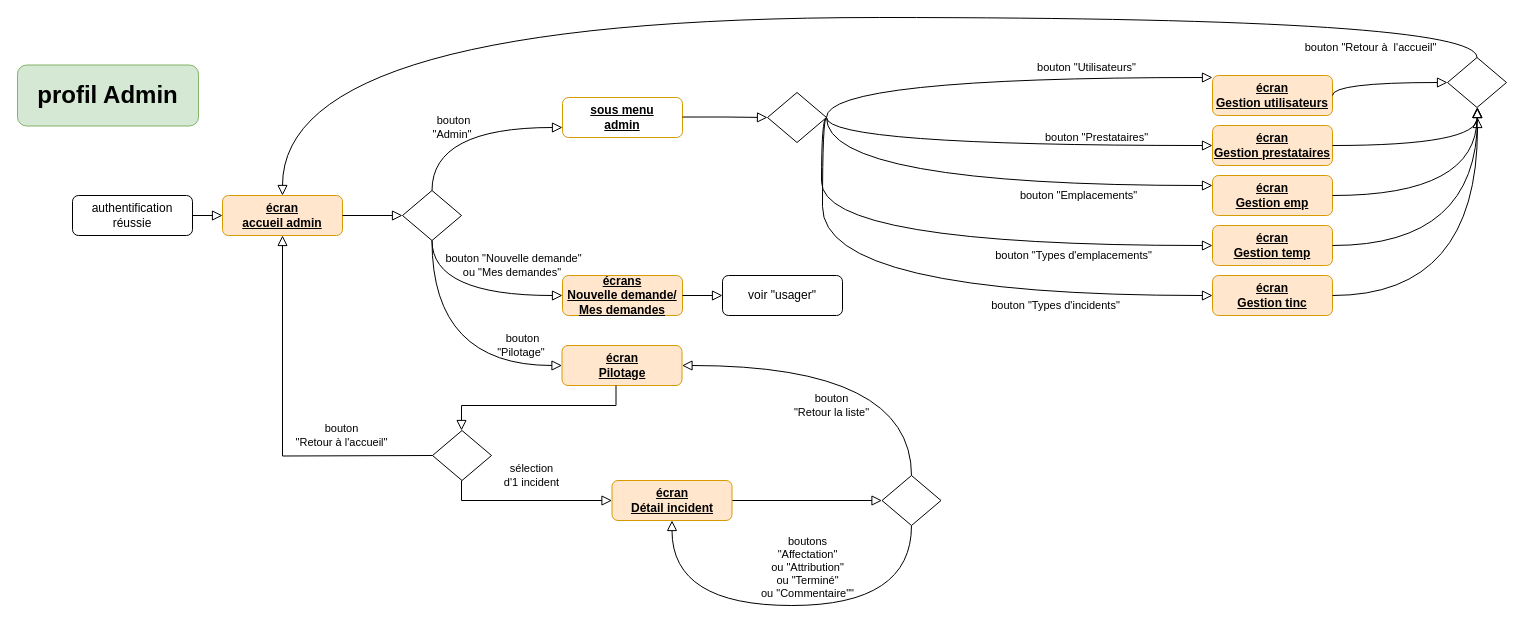
The draw.io diagram doc/cinématique/admin.drawio in mapette/sos_immo_backend, before the edit. Source tidied: cells renumbered, new cells numbered last; positions are measured from the earlier drawing's top-left corner, leaving out a move shared by most shapes. Both pictures are drawn from the tidied source at 100%, with x=0, y=0 at pixel (17, 17).
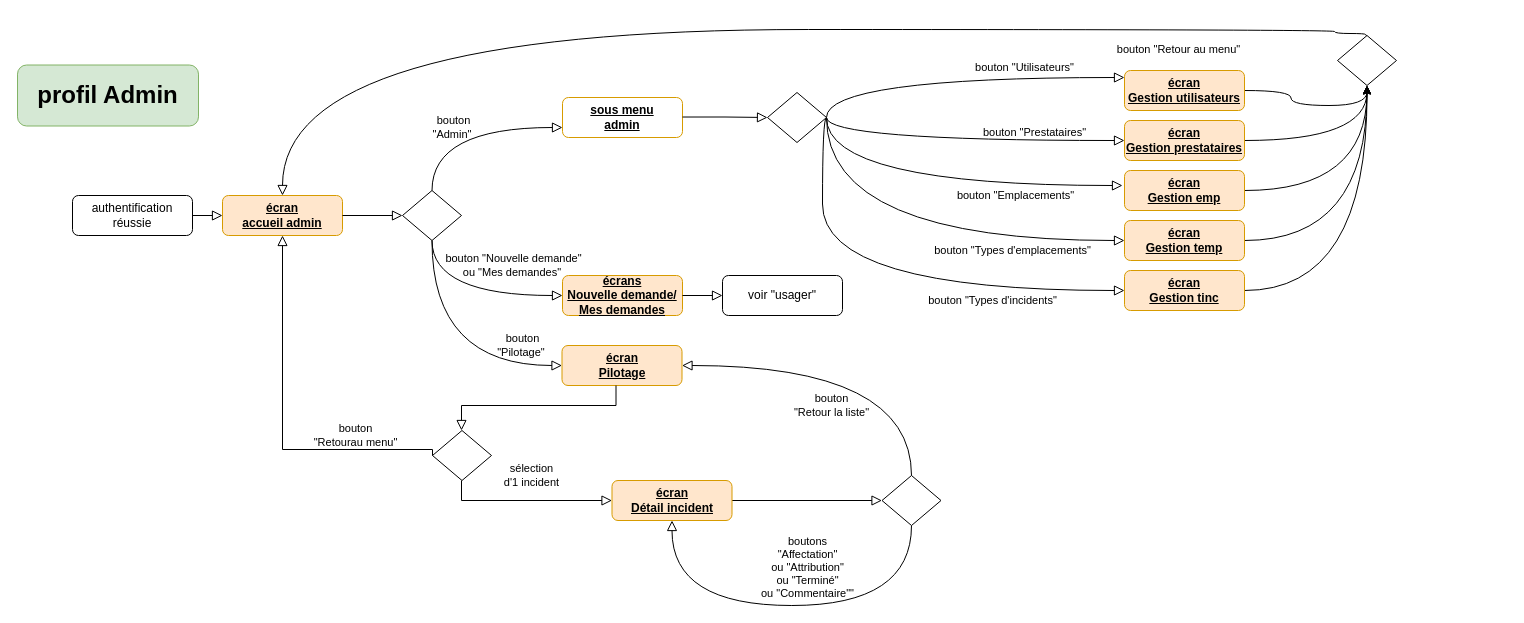
Above is the later version.

The change refers to these unchanged cells:
```xml
<mxCell id="14" value="&lt;b&gt;&lt;u&gt;écran&lt;br&gt;accueil admin&lt;/u&gt;&lt;/b&gt;" style="rounded=1;whiteSpace=wrap;html=1;fontSize=12;glass=0;strokeWidth=1;shadow=0;fillColor=#ffe6cc;strokeColor=#d79b00;" parent="1" vertex="1">
  <mxGeometry x="205" y="178" width="120" height="40" as="geometry" />
</mxCell>
<mxCell id="35" style="rhombus;whiteSpace=wrap;html=1;shadow=0;fontFamily=Helvetica;fontSize=12;align=center;strokeWidth=1;spacing=6;spacingTop=-4;" parent="1" vertex="1">
  <mxGeometry x="750" y="75" width="59" height="50" as="geometry" />
</mxCell>
```

Diff of the diagram source:
```diff
@@
+    <mxCell id="37" style="edgeStyle=orthogonalEdgeStyle;curved=1;rounded=0;jettySize=auto;html=1;entryX=0.5;entryY=1;entryDx=0;entryDy=0;" parent="1" edge="1" source="2" target="36">
+      <mxGeometry relative="1" as="geometry" />
+    </mxCell>
     <mxCell id="2" value="&lt;b&gt;&lt;u&gt;écran&lt;br&gt;Gestion utilisateurs&lt;br&gt;&lt;/u&gt;&lt;/b&gt;" style="rounded=1;whiteSpace=wrap;html=1;fontSize=12;glass=0;strokeWidth=1;shadow=0;fillColor=#ffe6cc;strokeColor=#d79b00;" parent="1" vertex="1">
-      <mxGeometry x="1195" y="58" width="120" height="40" as="geometry" />
+      <mxGeometry x="1107" y="53" width="120" height="40" as="geometry" />
     </mxCell>
@@
+    <mxCell id="44" style="edgeStyle=orthogonalEdgeStyle;curved=1;rounded=0;jettySize=auto;html=1;entryX=0.5;entryY=1;entryDx=0;entryDy=0;" parent="1" edge="1" source="6" target="36">
+      <mxGeometry relative="1" as="geometry" />
+    </mxCell>
     <mxCell id="6" value="&lt;b&gt;&lt;u&gt;écran&lt;br&gt;Gestion prestataires&lt;br&gt;&lt;/u&gt;&lt;/b&gt;" style="rounded=1;whiteSpace=wrap;html=1;fontSize=12;glass=0;strokeWidth=1;shadow=0;fillColor=#ffe6cc;strokeColor=#d79b00;" parent="1" vertex="1">
-      <mxGeometry x="1195" y="108" width="120" height="40" as="geometry" />
+      <mxGeometry x="1107" y="103" width="120" height="40" as="geometry" />
     </mxCell>
-    <mxCell id="7" value="bouton &quot;Prestataires&quot;" style="rounded=0;html=1;jettySize=auto;fontSize=11;endArrow=block;endFill=0;endSize=8;strokeWidth=1;shadow=0;labelBackgroundColor=none;edgeStyle=orthogonalEdgeStyle;exitX=1;exitY=0.5;exitDx=0;exitDy=0;entryX=0;entryY=0.5;entryDx=0;entryDy=0;curved=1;" parent="1" edge="1" source="35" target="6">
+    <mxCell id="7" value="bouton &quot;Prestataires&quot;" style="rounded=0;html=1;jettySize=auto;fontSize=11;endArrow=block;endFill=0;endSize=8;strokeWidth=1;shadow=0;labelBackgroundColor=none;edgeStyle=orthogonalEdgeStyle;exitX=1;exitY=0.5;exitDx=0;exitDy=0;curved=1;entryX=0;entryY=0.5;entryDx=0;entryDy=0;" parent="1" edge="1" source="35" target="6">
       <mxGeometry x="0.44" y="8" relative="1" as="geometry">
         <Array as="points">
-          <mxPoint x="809" y="128" />
+          <mxPoint x="809" y="123" />
         </Array>
       </mxGeometry>
     </mxCell>
+    <mxCell id="40" style="edgeStyle=orthogonalEdgeStyle;curved=1;rounded=0;jettySize=auto;html=1;entryX=0.5;entryY=1;entryDx=0;entryDy=0;" parent="1" edge="1" source="8" target="36">
+      <mxGeometry relative="1" as="geometry" />
+    </mxCell>
     <mxCell id="8" value="&lt;b&gt;&lt;u&gt;écran&lt;br&gt;Gestion emp&lt;br&gt;&lt;/u&gt;&lt;/b&gt;" style="rounded=1;whiteSpace=wrap;html=1;fontSize=12;glass=0;strokeWidth=1;shadow=0;fillColor=#ffe6cc;strokeColor=#d79b00;" parent="1" vertex="1">
-      <mxGeometry x="1195" y="158" width="120" height="40" as="geometry" />
+      <mxGeometry x="1107" y="153" width="120" height="40" as="geometry" />
     </mxCell>
+    <mxCell id="45" style="edgeStyle=orthogonalEdgeStyle;rounded=0;jettySize=auto;html=1;entryX=0.5;entryY=1;entryDx=0;entryDy=0;curved=1;" parent="1" edge="1" source="9" target="36">
+      <mxGeometry relative="1" as="geometry" />
+    </mxCell>
     <mxCell id="9" value="&lt;b&gt;&lt;u&gt;écran&lt;br&gt;Gestion temp&lt;br&gt;&lt;/u&gt;&lt;/b&gt;" style="rounded=1;whiteSpace=wrap;html=1;fontSize=12;glass=0;strokeWidth=1;shadow=0;fillColor=#ffe6cc;strokeColor=#d79b00;" parent="1" vertex="1">
-      <mxGeometry x="1195" y="208" width="120" height="40" as="geometry" />
+      <mxGeometry x="1107" y="203" width="120" height="40" as="geometry" />
     </mxCell>
+    <mxCell id="46" style="edgeStyle=orthogonalEdgeStyle;curved=1;rounded=0;jettySize=auto;html=1;exitX=1;exitY=0.5;exitDx=0;exitDy=0;" parent="1" edge="1" source="10">
+      <mxGeometry relative="1" as="geometry">
+        <mxPoint x="1349.5" y="68.8" as="targetPoint" />
+      </mxGeometry>
+    </mxCell>
     <mxCell id="10" value="&lt;b&gt;&lt;u&gt;écran&lt;br&gt;Gestion tinc&lt;br&gt;&lt;/u&gt;&lt;/b&gt;" style="rounded=1;whiteSpace=wrap;html=1;fontSize=12;glass=0;strokeWidth=1;shadow=0;fillColor=#ffe6cc;strokeColor=#d79b00;" parent="1" vertex="1">
-      <mxGeometry x="1195" y="258" width="120" height="40" as="geometry" />
+      <mxGeometry x="1107" y="253" width="120" height="40" as="geometry" />
     </mxCell>
     <mxCell id="11" value="bouton &quot;Types d'emplacements&quot;" style="html=1;jettySize=auto;fontSize=11;endArrow=block;endFill=0;endSize=8;strokeWidth=1;shadow=0;labelBackgroundColor=none;edgeStyle=orthogonalEdgeStyle;exitX=1;exitY=0.5;exitDx=0;exitDy=0;entryX=0;entryY=0.5;entryDx=0;entryDy=0;curved=1;" parent="1" edge="1" source="35" target="9">
       <mxGeometry x="0.47" y="-10" relative="1" as="geometry">
         <Array as="points">
-          <mxPoint x="804" y="228" />
+          <mxPoint x="809" y="223" />
         </Array>
       </mxGeometry>
     </mxCell>
     <mxCell id="12" value="bouton &quot;Types d'incidents&quot;" style="html=1;jettySize=auto;fontSize=11;endArrow=block;endFill=0;endSize=8;strokeWidth=1;shadow=0;labelBackgroundColor=none;edgeStyle=orthogonalEdgeStyle;entryX=0;entryY=0.5;entryDx=0;entryDy=0;curved=1;exitX=1;exitY=0.5;exitDx=0;exitDy=0;" parent="1" edge="1" source="35" target="10">
       <mxGeometry x="0.45" y="-10" relative="1" as="geometry">
         <Array as="points">
           <mxPoint x="805" y="100" />
-          <mxPoint x="805" y="278" />
+          <mxPoint x="805" y="273" />
         </Array>
       </mxGeometry>
     </mxCell>
-    <mxCell id="13" value="bouton &quot;Emplacements&quot;" style="rounded=0;html=1;jettySize=auto;fontSize=11;endArrow=block;endFill=0;endSize=8;strokeWidth=1;shadow=0;labelBackgroundColor=none;edgeStyle=orthogonalEdgeStyle;exitX=1;exitY=0.5;exitDx=0;exitDy=0;entryX=0;entryY=0.25;entryDx=0;entryDy=0;curved=1;" parent="1" edge="1" source="35" target="8">
+    <mxCell id="13" value="bouton &quot;Emplacements&quot;" style="rounded=0;html=1;jettySize=auto;fontSize=11;endArrow=block;endFill=0;endSize=8;strokeWidth=1;shadow=0;labelBackgroundColor=none;edgeStyle=orthogonalEdgeStyle;exitX=1;exitY=0.5;exitDx=0;exitDy=0;curved=1;" parent="1" edge="1" source="35">
       <mxGeometry x="0.41" y="-10" relative="1" as="geometry">
+        <mxPoint x="1105" y="168" as="targetPoint" />
         <Array as="points">
           <mxPoint x="809" y="168" />
         </Array>
       </mxGeometry>
     </mxCell>
@@
-    <mxCell id="30" value="bouton&lt;br&gt;&quot;Retour à l'accueil&quot;" style="rounded=0;html=1;jettySize=auto;fontSize=11;endArrow=block;endFill=0;endSize=8;strokeWidth=1;shadow=0;labelBackgroundColor=none;edgeStyle=orthogonalEdgeStyle;exitX=0;exitY=0.5;exitDx=0;exitDy=0;entryX=0.5;entryY=1;entryDx=0;entryDy=0;" parent="1" edge="1" target="14">
-      <mxGeometry x="-0.51" y="-20" relative="1" as="geometry">
+    <mxCell id="30" value="bouton&lt;br&gt;&quot;Retourau menu&quot;" style="rounded=0;html=1;jettySize=auto;fontSize=11;endArrow=block;endFill=0;endSize=8;strokeWidth=1;shadow=0;labelBackgroundColor=none;edgeStyle=orthogonalEdgeStyle;exitX=0;exitY=0.5;exitDx=0;exitDy=0;entryX=0.5;entryY=1;entryDx=0;entryDy=0;" parent="1" edge="1" target="14">
+      <mxGeometry x="-0.55" y="-14" relative="1" as="geometry">
         <mxPoint x="415" y="438" as="sourcePoint" />
+        <Array as="points">
+          <mxPoint x="415" y="432" />
+          <mxPoint x="265" y="432" />
+        </Array>
       </mxGeometry>
     </mxCell>
@@
-    <mxCell id="36" style="rhombus;whiteSpace=wrap;html=1;shadow=0;fontFamily=Helvetica;fontSize=12;align=center;strokeWidth=1;spacing=6;spacingTop=-4;" parent="1" vertex="1">
-      <mxGeometry x="1430" y="40" width="59" height="50" as="geometry" />
-    </mxCell>
-    <mxCell id="37" style="rounded=0;html=1;jettySize=auto;fontSize=11;endArrow=block;endFill=0;endSize=8;strokeWidth=1;shadow=0;labelBackgroundColor=none;edgeStyle=orthogonalEdgeStyle;exitX=1;exitY=0.5;exitDx=0;exitDy=0;entryX=0;entryY=0.5;entryDx=0;entryDy=0;curved=1;" parent="1" edge="1" source="2" target="36">
-      <mxGeometry x="-0.24" y="-20" relative="1" as="geometry">
-        <Array as="points">
-          <mxPoint x="1315" y="65" />
-        </Array>
-      </mxGeometry>
-    </mxCell>
-    <mxCell id="38" style="rounded=0;html=1;jettySize=auto;fontSize=11;endArrow=block;endFill=0;endSize=8;strokeWidth=1;shadow=0;labelBackgroundColor=none;edgeStyle=orthogonalEdgeStyle;exitX=1;exitY=0.5;exitDx=0;exitDy=0;curved=1;" parent="1" edge="1" source="6">
-      <mxGeometry x="-0.24" y="-20" relative="1" as="geometry">
-        <mxPoint x="1460" y="90" as="targetPoint" />
-        <Array as="points">
-          <mxPoint x="1460" y="128" />
-        </Array>
-      </mxGeometry>
-    </mxCell>
-    <mxCell id="39" style="rounded=0;html=1;jettySize=auto;fontSize=11;endArrow=block;endFill=0;endSize=8;strokeWidth=1;shadow=0;labelBackgroundColor=none;edgeStyle=orthogonalEdgeStyle;exitX=1;exitY=0.5;exitDx=0;exitDy=0;curved=1;" parent="1" edge="1" source="9">
-      <mxGeometry x="-0.24" y="-20" relative="1" as="geometry">
-        <mxPoint x="1460" y="90" as="targetPoint" />
-        <Array as="points">
-          <mxPoint x="1460" y="228" />
-        </Array>
-      </mxGeometry>
-    </mxCell>
-    <mxCell id="40" style="rounded=0;html=1;jettySize=auto;fontSize=11;endArrow=block;endFill=0;endSize=8;strokeWidth=1;shadow=0;labelBackgroundColor=none;edgeStyle=orthogonalEdgeStyle;exitX=1;exitY=0.5;exitDx=0;exitDy=0;curved=1;entryX=0.5;entryY=1;entryDx=0;entryDy=0;" parent="1" edge="1" source="8" target="36">
-      <mxGeometry x="-0.24" y="-20" relative="1" as="geometry">
-        <Array as="points">
-          <mxPoint x="1460" y="178" />
-        </Array>
-      </mxGeometry>
-    </mxCell>
-    <mxCell id="41" style="rounded=0;html=1;jettySize=auto;fontSize=11;endArrow=block;endFill=0;endSize=8;strokeWidth=1;shadow=0;labelBackgroundColor=none;edgeStyle=orthogonalEdgeStyle;exitX=1;exitY=0.5;exitDx=0;exitDy=0;curved=1;" parent="1" edge="1" source="10">
-      <mxGeometry x="-0.24" y="-20" relative="1" as="geometry">
-        <mxPoint x="1460" y="100" as="targetPoint" />
-        <Array as="points">
-          <mxPoint x="1460" y="278" />
-        </Array>
-      </mxGeometry>
-    </mxCell>
-    <mxCell id="42" value="bouton &quot;Retour à&amp;nbsp; l'accueil&quot;" style="rounded=0;html=1;jettySize=auto;fontSize=11;endArrow=block;endFill=0;endSize=8;strokeWidth=1;shadow=0;labelBackgroundColor=none;edgeStyle=orthogonalEdgeStyle;exitX=0.5;exitY=0;exitDx=0;exitDy=0;curved=1;entryX=0.5;entryY=0;entryDx=0;entryDy=0;" parent="1" edge="1" source="36" target="14">
-      <mxGeometry x="-0.79" y="30" relative="1" as="geometry">
+    <mxCell id="42" value="bouton &quot;Retour au menu&quot;" style="rounded=0;html=1;jettySize=auto;fontSize=11;endArrow=block;endFill=0;endSize=8;strokeWidth=1;shadow=0;labelBackgroundColor=none;edgeStyle=orthogonalEdgeStyle;curved=1;entryX=0.5;entryY=0;entryDx=0;entryDy=0;exitX=0.5;exitY=0;exitDx=0;exitDy=0;" parent="1" edge="1" source="36" target="14">
+      <mxGeometry x="-0.69" y="20" relative="1" as="geometry">
         <Array as="points">
-          <mxPoint x="1460" />
-          <mxPoint x="265" />
+          <mxPoint x="1348" y="18" />
+          <mxPoint x="1348" y="16" />
+          <mxPoint x="1317" y="16" />
+          <mxPoint x="1317" y="12" />
+          <mxPoint x="265" y="12" />
         </Array>
-        <mxPoint x="1" as="offset" />
       </mxGeometry>
     </mxCell>
@@
+    <mxCell id="36" style="rhombus;whiteSpace=wrap;html=1;shadow=0;fontFamily=Helvetica;fontSize=12;align=center;strokeWidth=1;spacing=6;spacingTop=-4;" parent="1" vertex="1">
+      <mxGeometry x="1320" y="18" width="59" height="50" as="geometry" />
+    </mxCell>
```
